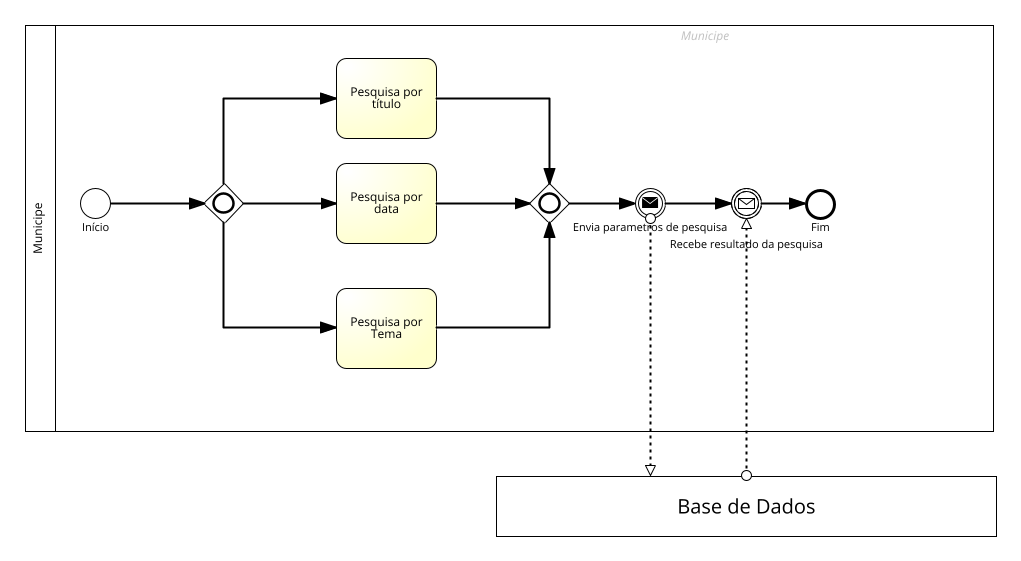
Earlier version of the BPMN export BPMNs/Biblioteca/Images/RFB3.png (Municip-io-org/Municip.io). Its source is kept beside it as BPMNs/Biblioteca/RFB3.bpmn. Ids are renumbered.
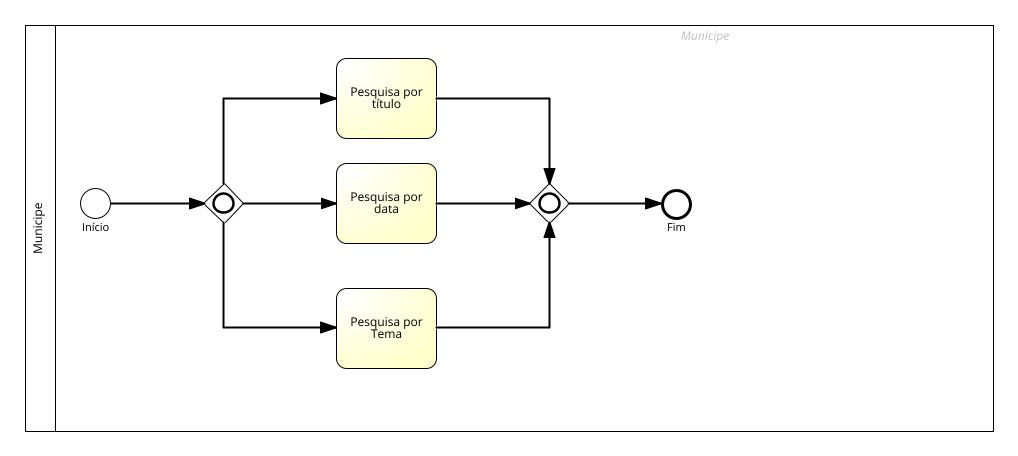
After the commit.

Change to the diagram source:
```diff
@@ -1,11 +1,11 @@
-<?xml version="1.0" encoding="UTF-8"?><definitions xmlns="http://www.omg.org/spec/BPMN/20100524/MODEL" xmlns:bpmndi="http://www.omg.org/spec/BPMN/20100524/DI" xmlns:omgdc="http://www.omg.org/spec/DD/20100524/DC" xmlns:omgdi="http://www.omg.org/spec/DD/20100524/DI" xmlns:signavio="http://www.signavio.com" xmlns:xsi="http://www.w3.org/2001/XMLSchema-instance" exporter="Signavio Process Editor, http://www.signavio.com" exporterVersion="17.9.0" expressionLanguage="http://www.w3.org/TR/XPath" id="sid-01f83fcd-2674-4302-8e26-ab4bb657c337" targetNamespace="http://www.signavio.com" typeLanguage="http://www.w3.org/2001/XMLSchema" xsi:schemaLocation="http://www.omg.org/spec/BPMN/20100524/MODEL http://www.omg.org/spec/BPMN/2.0/20100501/BPMN20.xsd">
-   <collaboration id="sid-888ab171-09ce-4260-868a-5a3c7c3bbf64">
+<?xml version="1.0" encoding="UTF-8"?><definitions xmlns="http://www.omg.org/spec/BPMN/20100524/MODEL" xmlns:bpmndi="http://www.omg.org/spec/BPMN/20100524/DI" xmlns:omgdc="http://www.omg.org/spec/DD/20100524/DC" xmlns:omgdi="http://www.omg.org/spec/DD/20100524/DI" xmlns:signavio="http://www.signavio.com" xmlns:xsi="http://www.w3.org/2001/XMLSchema-instance" exporter="Signavio Process Editor, http://www.signavio.com" exporterVersion="17.15.0" expressionLanguage="http://www.w3.org/TR/XPath" id="sid-01f83fcd-2674-4302-8e26-ab4bb657c337" targetNamespace="http://www.signavio.com" typeLanguage="http://www.w3.org/2001/XMLSchema" xsi:schemaLocation="http://www.omg.org/spec/BPMN/20100524/MODEL http://www.omg.org/spec/BPMN/2.0/20100501/BPMN20.xsd">
+   <collaboration id="sid-6665a834-6b92-4cec-9130-f1c93902e504">
       <extensionElements>
          <signavio:signavioDiagramMetaData metaKey="prozessreifegrad" metaValue=""/>
          <signavio:signavioDiagramMetaData metaKey="iso9000ff" metaValue=""/>
          <signavio:signavioDiagramMetaData metaKey="processgoal" metaValue=""/>
          <signavio:signavioDiagramMetaData metaKey="meta-processowner" metaValue=""/>
-         <signavio:signavioDiagramMetaData metaKey="revisionid" metaValue="382aa9864bb840d2a668f136ed9f3445"/>
+         <signavio:signavioDiagramMetaData metaKey="revisionid" metaValue="1cf76daa03e74c81840f77c826d9be2f"/>
       </extensionElements>
       <participant id="sid-01CED57F-482C-4C88-99BA-8DB8F8902F24" name="Municipe&#10;" processRef="sid-9B4F592B-6B94-4D01-A773-011E5D6EB3E9">
          <extensionElements>
@@ -13,26 +13,10 @@
             <signavio:signavioMetaData metaKey="bordercolor" metaValue="#000000"/>
          </extensionElements>
       </participant>
-      <participant id="sid-139743F6-FF0A-40DA-AC26-042D7D1350D7" name="Base de Dados">
-         <extensionElements>
-            <signavio:signavioMetaData metaKey="bgcolor" metaValue="#ffffff"/>
-            <signavio:signavioMetaData metaKey="bordercolor" metaValue="#000000"/>
-         </extensionElements>
-      </participant>
-      <messageFlow id="sid-262B564C-8092-4297-BD7A-C1EA9416AEDD" name="" sourceRef="sid-139743F6-FF0A-40DA-AC26-042D7D1350D7" targetRef="sid-AF5187FC-FD9A-4846-9DA9-50792CB31BCB">
-         <extensionElements>
-            <signavio:signavioMetaData metaKey="bordercolor" metaValue="#000000"/>
-         </extensionElements>
-      </messageFlow>
-      <messageFlow id="sid-5293F137-BF48-4A41-A876-E9F5D19D0E4F" name="" sourceRef="sid-D005AD4B-2417-4BEE-BF26-1649C2CC1AAE" targetRef="sid-139743F6-FF0A-40DA-AC26-042D7D1350D7">
-         <extensionElements>
-            <signavio:signavioMetaData metaKey="bordercolor" metaValue="#000000"/>
-         </extensionElements>
-      </messageFlow>
    </collaboration>
    <process id="sid-9B4F592B-6B94-4D01-A773-011E5D6EB3E9" isClosed="false" isExecutable="false" name="Municipe&#10;" processType="None">
       <extensionElements/>
-      <laneSet id="sid-9cf78a34-a01e-438e-9044-b7efa4152bb0">
+      <laneSet id="sid-1849f29b-4e30-4638-87a2-4dbc759006f3">
          <lane id="sid-79DD7C98-50C3-4895-9772-B63C937034C0">
             <extensionElements>
                <signavio:signavioMetaData metaKey="bgcolor" metaValue=""/>
@@ -45,8 +29,6 @@
             <flowNodeRef>sid-803F067C-03AC-4BF0-A2C5-149737830F3D</flowNodeRef>
             <flowNodeRef>sid-19B3CEBF-D790-428A-8419-2B91B081E06C</flowNodeRef>
             <flowNodeRef>sid-E5273A33-800C-478E-873C-D3FE1E12A9DE</flowNodeRef>
-            <flowNodeRef>sid-D005AD4B-2417-4BEE-BF26-1649C2CC1AAE</flowNodeRef>
-            <flowNodeRef>sid-AF5187FC-FD9A-4846-9DA9-50792CB31BCB</flowNodeRef>
          </lane>
       </laneSet>
       <startEvent id="sid-23EBDCE2-E564-4694-91C2-CC2B1669CE4A" isInterrupting="true" name="Início">
@@ -114,7 +96,7 @@
          <incoming>sid-97B83CDE-CBB9-4BD9-B744-378B5C880B12</incoming>
          <incoming>sid-7E8379F4-1B25-47B1-A117-7E0C5DF4F6AD</incoming>
          <incoming>sid-5361D20E-1E65-4542-81BD-E53940BA877E</incoming>
-         <outgoing>sid-7EB7637E-715E-4A77-8B98-5AA990221FB6</outgoing>
+         <outgoing>sid-09D66A2C-7C91-4426-970A-9F2D1C8EEA48</outgoing>
       </inclusiveGateway>
       <endEvent id="sid-E5273A33-800C-478E-873C-D3FE1E12A9DE" name="Fim">
          <extensionElements>
@@ -122,27 +104,8 @@
             <signavio:signavioMetaData metaKey="bordercolor" metaValue="#000000"/>
             <signavio:signavioMetaData metaKey="nachfolgerprozesse" metaValue="[]"/>
          </extensionElements>
-         <incoming>sid-98687E42-7CE0-4691-B3F6-98CF32852AAC</incoming>
+         <incoming>sid-09D66A2C-7C91-4426-970A-9F2D1C8EEA48</incoming>
       </endEvent>
-      <intermediateThrowEvent id="sid-D005AD4B-2417-4BEE-BF26-1649C2CC1AAE" name="Envia parametros de pesquisa">
-         <extensionElements>
-            <signavio:signavioMetaData metaKey="bgcolor" metaValue="#ffffff"/>
-            <signavio:signavioMetaData metaKey="bordercolor" metaValue="#000000"/>
-         </extensionElements>
-         <incoming>sid-7EB7637E-715E-4A77-8B98-5AA990221FB6</incoming>
-         <outgoing>sid-081351AA-0954-40BD-862E-0999AEF655B1</outgoing>
-         <messageEventDefinition id="sid-032b3f34-fd26-43a3-acf7-8a08291a230d"/>
-      </intermediateThrowEvent>
-      <intermediateCatchEvent id="sid-AF5187FC-FD9A-4846-9DA9-50792CB31BCB" name="Recebe resultado da pesquisa">
-         <extensionElements>
-            <signavio:signavioMetaData metaKey="bgcolor" metaValue="#ffffff"/>
-            <signavio:signavioMetaData metaKey="bordercolor" metaValue="#000000"/>
-            <signavio:signavioLabel ref="text_name" valign="middle" x="15.0" y="56.0"/>
-         </extensionElements>
-         <incoming>sid-081351AA-0954-40BD-862E-0999AEF655B1</incoming>
-         <outgoing>sid-98687E42-7CE0-4691-B3F6-98CF32852AAC</outgoing>
-         <messageEventDefinition id="sid-b467c082-1ae4-4ac2-ab96-98da0c6f094f"/>
-      </intermediateCatchEvent>
       <sequenceFlow id="sid-EF8B95B1-B9A8-4F93-80D3-DA0B937FC3F4" isImmediate="true" name="" sourceRef="sid-23EBDCE2-E564-4694-91C2-CC2B1669CE4A" targetRef="sid-52175AD0-2CDB-4987-857C-CE906236E6E3">
          <extensionElements>
             <signavio:signavioMetaData metaKey="bordercolor" metaValue="#000000"/>
@@ -178,34 +141,18 @@
             <signavio:signavioMetaData metaKey="bordercolor" metaValue="#000000"/>
          </extensionElements>
       </sequenceFlow>
-      <sequenceFlow id="sid-7EB7637E-715E-4A77-8B98-5AA990221FB6" name="" sourceRef="sid-19B3CEBF-D790-428A-8419-2B91B081E06C" targetRef="sid-D005AD4B-2417-4BEE-BF26-1649C2CC1AAE">
-         <extensionElements>
-            <signavio:signavioMetaData metaKey="bordercolor" metaValue="#000000"/>
-         </extensionElements>
-      </sequenceFlow>
-      <sequenceFlow id="sid-081351AA-0954-40BD-862E-0999AEF655B1" name="" sourceRef="sid-D005AD4B-2417-4BEE-BF26-1649C2CC1AAE" targetRef="sid-AF5187FC-FD9A-4846-9DA9-50792CB31BCB">
-         <extensionElements>
-            <signavio:signavioMetaData metaKey="bordercolor" metaValue="#000000"/>
-         </extensionElements>
-      </sequenceFlow>
-      <sequenceFlow id="sid-98687E42-7CE0-4691-B3F6-98CF32852AAC" name="" sourceRef="sid-AF5187FC-FD9A-4846-9DA9-50792CB31BCB" targetRef="sid-E5273A33-800C-478E-873C-D3FE1E12A9DE">
+      <sequenceFlow id="sid-09D66A2C-7C91-4426-970A-9F2D1C8EEA48" name="" sourceRef="sid-19B3CEBF-D790-428A-8419-2B91B081E06C" targetRef="sid-E5273A33-800C-478E-873C-D3FE1E12A9DE">
          <extensionElements>
             <signavio:signavioMetaData metaKey="bordercolor" metaValue="#000000"/>
          </extensionElements>
       </sequenceFlow>
    </process>
-   <bpmndi:BPMNDiagram id="sid-c1f82f19-08e5-4027-8ed3-1cf8dcdea004">
-      <bpmndi:BPMNPlane bpmnElement="sid-888ab171-09ce-4260-868a-5a3c7c3bbf64" id="sid-f0b0135b-d275-4af5-ad7f-c271a154693a">
+   <bpmndi:BPMNDiagram id="sid-e30e9dc6-bb2b-4f45-b54b-af05be73566a">
+      <bpmndi:BPMNPlane bpmnElement="sid-6665a834-6b92-4cec-9130-f1c93902e504" id="sid-de4ba374-4d92-4bf0-93f6-c317d51a56a2">
          <bpmndi:BPMNShape bpmnElement="sid-01CED57F-482C-4C88-99BA-8DB8F8902F24" id="sid-01CED57F-482C-4C88-99BA-8DB8F8902F24_gui" isHorizontal="true">
             <omgdc:Bounds height="406.4580133353584" width="968.0387464839753" x="354.2673101344887" y="322.06119583043915"/>
-            <bpmndi:BPMNLabel labelStyle="sid-2aae1583-ab65-480a-8b23-223b628f52ef">
+            <bpmndi:BPMNLabel labelStyle="sid-d0eb0cf1-005d-42df-bd9c-558a56bed62c">
                <omgdc:Bounds height="45.514286041259766" width="12.0" x="359.2673073730595" y="502.53305947748845"/>
-            </bpmndi:BPMNLabel>
-         </bpmndi:BPMNShape>
-         <bpmndi:BPMNShape bpmnElement="sid-139743F6-FF0A-40DA-AC26-042D7D1350D7" id="sid-139743F6-FF0A-40DA-AC26-042D7D1350D7_gui" isHorizontal="true">
-            <omgdc:Bounds height="60.0" width="500.0" x="825.6392630368509" y="773.5192091657975"/>
-            <bpmndi:BPMNLabel labelStyle="sid-2aae1583-ab65-480a-8b23-223b628f52ef">
-               <omgdc:Bounds height="20.0" width="136.28570556640625" x="1007.4964102536478" y="790.5192091657975"/>
             </bpmndi:BPMNLabel>
          </bpmndi:BPMNShape>
          <bpmndi:BPMNShape bpmnElement="sid-79DD7C98-50C3-4895-9772-B63C937034C0" id="sid-79DD7C98-50C3-4895-9772-B63C937034C0_gui" isHorizontal="true">
@@ -213,7 +160,7 @@
          </bpmndi:BPMNShape>
          <bpmndi:BPMNShape bpmnElement="sid-23EBDCE2-E564-4694-91C2-CC2B1669CE4A" id="sid-23EBDCE2-E564-4694-91C2-CC2B1669CE4A_gui">
             <omgdc:Bounds height="30.0" width="30.0" x="409.83606320437514" y="485.0611886024642"/>
-            <bpmndi:BPMNLabel labelStyle="sid-3dd5dc6a-3202-4156-8877-e5860024e717">
+            <bpmndi:BPMNLabel labelStyle="sid-ce1ccbe0-f533-4c71-8100-c54357aa4120">
                <omgdc:Bounds height="11.0" width="29.700000762939453" x="409.9860628229054" y="517.0611886024642"/>
             </bpmndi:BPMNLabel>
          </bpmndi:BPMNShape>
@@ -222,19 +169,19 @@
          </bpmndi:BPMNShape>
          <bpmndi:BPMNShape bpmnElement="sid-5FBA6143-CCF8-49A1-B095-9711C110CF6E" id="sid-5FBA6143-CCF8-49A1-B095-9711C110CF6E_gui">
             <omgdc:Bounds height="80.0" width="100.0" x="665.7376912067355" y="355.06118338614607"/>
-            <bpmndi:BPMNLabel labelStyle="sid-2aae1583-ab65-480a-8b23-223b628f52ef">
+            <bpmndi:BPMNLabel labelStyle="sid-d0eb0cf1-005d-42df-bd9c-558a56bed62c">
                <omgdc:Bounds height="24.0" width="69.42857360839844" x="681.0234044025362" y="381.06118338614607"/>
             </bpmndi:BPMNLabel>
          </bpmndi:BPMNShape>
          <bpmndi:BPMNShape bpmnElement="sid-FEF6FCA2-50D6-40E6-A160-61CBD7EB9184" id="sid-FEF6FCA2-50D6-40E6-A160-61CBD7EB9184_gui">
             <omgdc:Bounds height="79.99999999999994" width="100.0" x="665.737681286471" y="460.06118174701834"/>
-            <bpmndi:BPMNLabel labelStyle="sid-2aae1583-ab65-480a-8b23-223b628f52ef">
+            <bpmndi:BPMNLabel labelStyle="sid-d0eb0cf1-005d-42df-bd9c-558a56bed62c">
                <omgdc:Bounds height="24.0" width="69.42857360839844" x="681.0233944822718" y="486.06118174701834"/>
             </bpmndi:BPMNLabel>
          </bpmndi:BPMNShape>
          <bpmndi:BPMNShape bpmnElement="sid-803F067C-03AC-4BF0-A2C5-149737830F3D" id="sid-803F067C-03AC-4BF0-A2C5-149737830F3D_gui">
             <omgdc:Bounds height="80.0" width="100.0" x="665.737681286471" y="585.0611730289274"/>
-            <bpmndi:BPMNLabel labelStyle="sid-2aae1583-ab65-480a-8b23-223b628f52ef">
+            <bpmndi:BPMNLabel labelStyle="sid-d0eb0cf1-005d-42df-bd9c-558a56bed62c">
                <omgdc:Bounds height="24.0" width="69.42857360839844" x="681.0233944822718" y="611.0611730289274"/>
             </bpmndi:BPMNLabel>
          </bpmndi:BPMNShape>
@@ -242,21 +189,9 @@
             <omgdc:Bounds height="40.0" width="39.99999999999994" x="858.6884874523278" y="480.06118152350086"/>
          </bpmndi:BPMNShape>
          <bpmndi:BPMNShape bpmnElement="sid-E5273A33-800C-478E-873C-D3FE1E12A9DE" id="sid-E5273A33-800C-478E-873C-D3FE1E12A9DE_gui">
-            <omgdc:Bounds height="26.0" width="26.0" x="1135.6392788416076" y="487.06118141919285"/>
-            <bpmndi:BPMNLabel labelStyle="sid-3dd5dc6a-3202-4156-8877-e5860024e717">
-               <omgdc:Bounds height="11.0" width="16.97142791748047" x="1141.1535648828674" y="517.0611814191928"/>
-            </bpmndi:BPMNLabel>
-         </bpmndi:BPMNShape>
-         <bpmndi:BPMNShape bpmnElement="sid-D005AD4B-2417-4BEE-BF26-1649C2CC1AAE" id="sid-D005AD4B-2417-4BEE-BF26-1649C2CC1AAE_gui">
-            <omgdc:Bounds height="30.0" width="30.0" x="964.3277504891787" y="485.06117429552614"/>
-            <bpmndi:BPMNLabel labelStyle="sid-3dd5dc6a-3202-4156-8877-e5860024e717">
-               <omgdc:Bounds height="11.0" width="149.91429138183594" x="904.3706047982607" y="517.0611742955261"/>
-            </bpmndi:BPMNLabel>
-         </bpmndi:BPMNShape>
-         <bpmndi:BPMNShape bpmnElement="sid-AF5187FC-FD9A-4846-9DA9-50792CB31BCB" id="sid-AF5187FC-FD9A-4846-9DA9-50792CB31BCB_gui">
-            <omgdc:Bounds height="30.0" width="30.0" x="1060.639263036851" y="485.06117429552614"/>
-            <bpmndi:BPMNLabel labelStyle="sid-3dd5dc6a-3202-4156-8877-e5860024e717">
-               <omgdc:Bounds height="11.0" width="148.5" x="1001.3892630368509" y="534.0611742955261"/>
+            <omgdc:Bounds height="26.0" width="26.0" x="991.6392836979201" y="487.06118141919285"/>
+            <bpmndi:BPMNLabel labelStyle="sid-ce1ccbe0-f533-4c71-8100-c54357aa4120">
+               <omgdc:Bounds height="11.0" width="16.97142791748047" x="997.1535697391798" y="517.0611814191928"/>
             </bpmndi:BPMNLabel>
          </bpmndi:BPMNShape>
          <bpmndi:BPMNEdge bpmnElement="sid-EF8B95B1-B9A8-4F93-80D3-DA0B937FC3F4" id="sid-EF8B95B1-B9A8-4F93-80D3-DA0B937FC3F4_gui">
@@ -291,31 +226,15 @@
             <omgdi:waypoint x="878.6884874523278" y="625.0611730289274"/>
             <omgdi:waypoint x="878.6884874523278" y="520.0611815235009"/>
          </bpmndi:BPMNEdge>
-         <bpmndi:BPMNEdge bpmnElement="sid-7EB7637E-715E-4A77-8B98-5AA990221FB6" id="sid-7EB7637E-715E-4A77-8B98-5AA990221FB6_gui">
-            <omgdi:waypoint x="898.6884874523278" y="500.46381570863645"/>
-            <omgdi:waypoint x="964.3277504891787" y="500.1360710761911"/>
-         </bpmndi:BPMNEdge>
-         <bpmndi:BPMNEdge bpmnElement="sid-081351AA-0954-40BD-862E-0999AEF655B1" id="sid-081351AA-0954-40BD-862E-0999AEF655B1_gui">
-            <omgdi:waypoint x="994.3277504891787" y="500.06117429552614"/>
-            <omgdi:waypoint x="1060.639263036851" y="500.06117429552614"/>
-         </bpmndi:BPMNEdge>
-         <bpmndi:BPMNEdge bpmnElement="sid-98687E42-7CE0-4691-B3F6-98CF32852AAC" id="sid-98687E42-7CE0-4691-B3F6-98CF32852AAC_gui">
-            <omgdi:waypoint x="1090.639263036851" y="500.06117575929295"/>
-            <omgdi:waypoint x="1135.6392788416076" y="500.06118015059496"/>
-         </bpmndi:BPMNEdge>
-         <bpmndi:BPMNEdge bpmnElement="sid-262B564C-8092-4297-BD7A-C1EA9416AEDD" id="sid-262B564C-8092-4297-BD7A-C1EA9416AEDD_gui">
-            <omgdi:waypoint x="1075.639263036851" y="773.5192091657975"/>
-            <omgdi:waypoint x="1075.639263036851" y="515.0611742955261"/>
-         </bpmndi:BPMNEdge>
-         <bpmndi:BPMNEdge bpmnElement="sid-5293F137-BF48-4A41-A876-E9F5D19D0E4F" id="sid-5293F137-BF48-4A41-A876-E9F5D19D0E4F_gui">
-            <omgdi:waypoint x="979.3277504891787" y="515.0611742955261"/>
-            <omgdi:waypoint x="979.3277504891787" y="773.5192091657975"/>
+         <bpmndi:BPMNEdge bpmnElement="sid-09D66A2C-7C91-4426-970A-9F2D1C8EEA48" id="sid-09D66A2C-7C91-4426-970A-9F2D1C8EEA48_gui">
+            <omgdi:waypoint x="898.6884874523278" y="500.06118150693754"/>
+            <omgdi:waypoint x="991.6392836979201" y="500.061181429959"/>
          </bpmndi:BPMNEdge>
       </bpmndi:BPMNPlane>
-      <bpmndi:BPMNLabelStyle id="sid-3dd5dc6a-3202-4156-8877-e5860024e717">
+      <bpmndi:BPMNLabelStyle id="sid-ce1ccbe0-f533-4c71-8100-c54357aa4120">
          <omgdc:Font isBold="false" isItalic="false" isStrikeThrough="false" isUnderline="false" name="Arial" size="11.0"/>
       </bpmndi:BPMNLabelStyle>
-      <bpmndi:BPMNLabelStyle id="sid-2aae1583-ab65-480a-8b23-223b628f52ef">
+      <bpmndi:BPMNLabelStyle id="sid-d0eb0cf1-005d-42df-bd9c-558a56bed62c">
          <omgdc:Font isBold="false" isItalic="false" isStrikeThrough="false" isUnderline="false" name="Arial" size="12.0"/>
       </bpmndi:BPMNLabelStyle>
    </bpmndi:BPMNDiagram>
```
